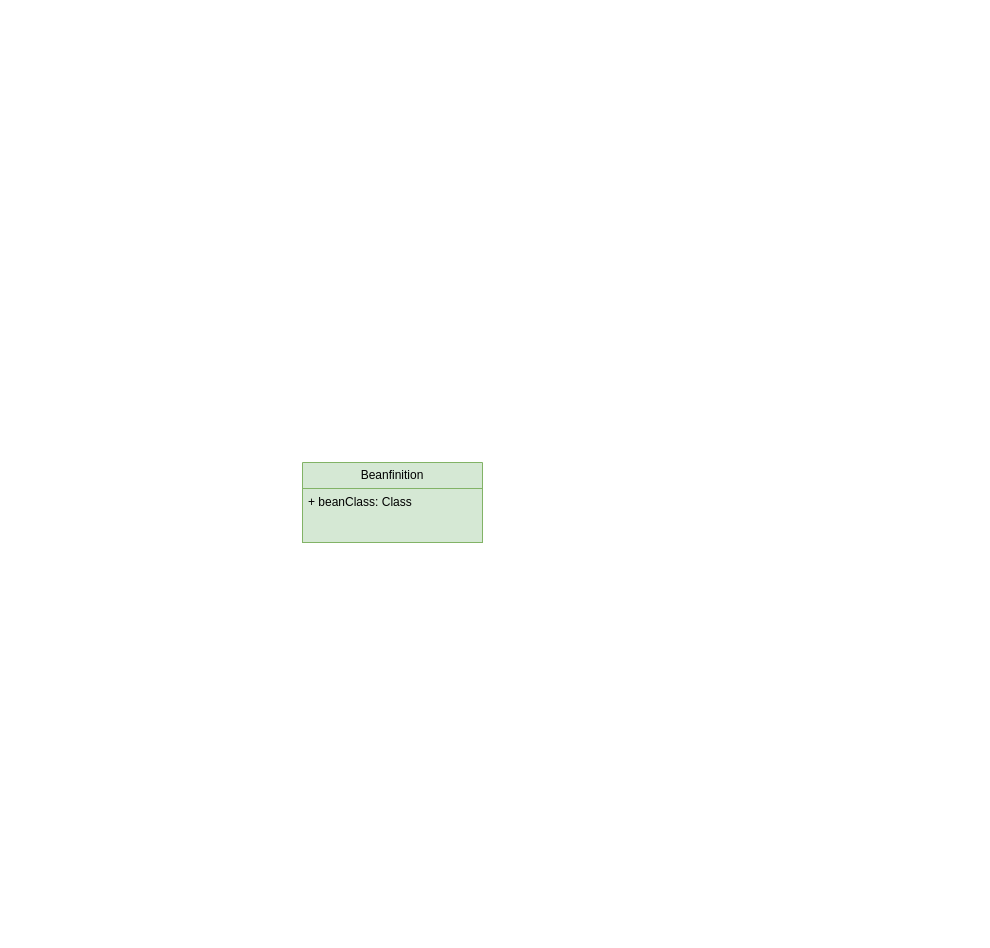
Above: page "第 2 页" (2 of 2) of Spring框架-1.drawio in cmorwh/file_uml (draw.io), before the change. Source tidied: cells renumbered, new cells numbered last; positions are measured from the earlier drawing's top-left corner, leaving out a move shared by most shapes. Both pictures are drawn from the tidied source at 100%, with x=0, y=0 at pixel (302, 462).
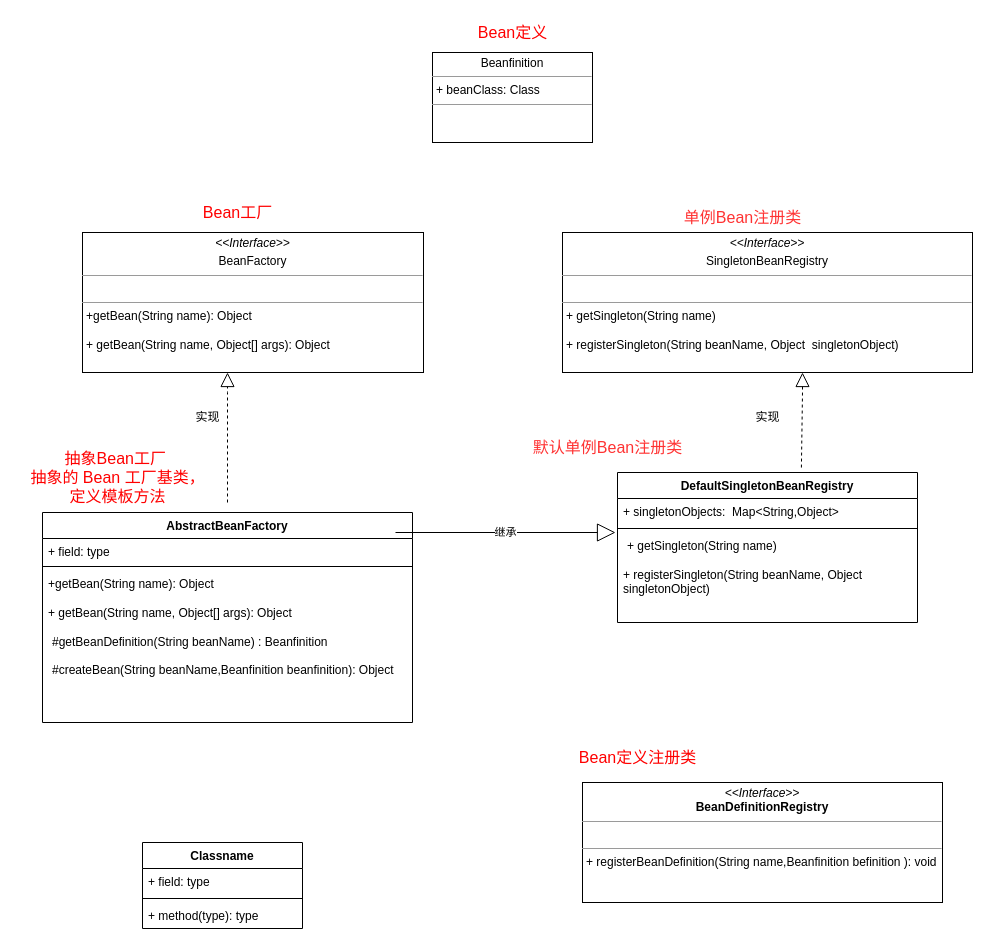
The same page after the edit.

Diff of the diagram source:
```diff
@@
-    <mxCell id="2" value="Beanfinition" style="swimlane;fontStyle=0;horizontal=1;startSize=26;fillColor=#d5e8d4;whiteSpace=wrap;html=1;strokeColor=#82b366;verticalAlign=middle;" parent="1" vertex="1">
-      <mxGeometry width="180" height="80" as="geometry" />
-    </mxCell>
-    <mxCell id="3" value="+ beanClass: Class" style="text;strokeColor=#82b366;fillColor=#d5e8d4;align=left;verticalAlign=top;spacingLeft=4;spacingRight=4;overflow=hidden;whiteSpace=wrap;html=1;" parent="2" vertex="1">
-      <mxGeometry y="26" width="180" height="54" as="geometry" />
-    </mxCell>
+    <mxCell id="4" value="&lt;p style=&quot;margin:0px;margin-top:4px;text-align:center;&quot;&gt;&lt;i&gt;&amp;lt;&amp;lt;Interface&amp;gt;&amp;gt;&lt;/i&gt;&lt;br&gt;&lt;/p&gt;&lt;p style=&quot;margin:0px;margin-top:4px;text-align:center;&quot;&gt;BeanFactory&lt;/p&gt;&lt;hr size=&quot;1&quot;&gt;&lt;br&gt;&lt;hr size=&quot;1&quot;&gt;&lt;p style=&quot;margin:0px;margin-left:4px;&quot;&gt;+getBean(String name): Object&lt;br&gt;&lt;/p&gt;&lt;p style=&quot;margin:0px;margin-left:4px;&quot;&gt;&lt;br&gt;&lt;/p&gt;&lt;p style=&quot;margin:0px;margin-left:4px;&quot;&gt;+ getBean(String name, Object[] args): Object&lt;br&gt;&lt;/p&gt;" style="verticalAlign=top;align=left;overflow=fill;fontSize=12;fontFamily=Helvetica;html=1;whiteSpace=wrap;" parent="1" vertex="1">
+      <mxGeometry x="-220" y="-230" width="341" height="140" as="geometry" />
+    </mxCell>
+    <mxCell id="5" value="AbstractBeanFactory" style="swimlane;fontStyle=1;align=center;verticalAlign=top;horizontal=1;startSize=26;whiteSpace=wrap;html=1;" parent="1" vertex="1">
+      <mxGeometry x="-260" y="50" width="370" height="210" as="geometry" />
+    </mxCell>
+    <mxCell id="6" value="+ field: type" style="text;strokeColor=none;fillColor=none;align=left;verticalAlign=top;spacingLeft=4;spacingRight=4;overflow=hidden;whiteSpace=wrap;html=1;" parent="5" vertex="1">
+      <mxGeometry y="26" width="370" height="24" as="geometry" />
+    </mxCell>
+    <mxCell id="7" style="line;strokeWidth=1;fillColor=none;align=left;verticalAlign=middle;spacingTop=-1;spacingLeft=3;spacingRight=3;labelPosition=right;strokeColor=inherit;" parent="5" vertex="1">
+      <mxGeometry y="50" width="370" height="8" as="geometry" />
+    </mxCell>
+    <mxCell id="8" value="&lt;div&gt;+getBean(String name): Object&lt;/div&gt;&lt;div&gt;&lt;br&gt;&lt;/div&gt;&lt;div&gt;+ getBean(String name, Object[] args): Object&lt;br&gt;&lt;br&gt;&lt;p style=&quot;margin:0px;margin-left:4px;&quot; align=&quot;left&quot;&gt;#getBeanDefinition(String beanName) : Beanfinition&lt;/p&gt;&lt;p style=&quot;margin:0px;margin-left:4px;&quot; align=&quot;left&quot;&gt;&lt;br&gt;&lt;/p&gt;&lt;p style=&quot;margin:0px;margin-left:4px;&quot; align=&quot;left&quot;&gt;#createBean(String beanName,Beanfinition beanfinition): Object&lt;br&gt;&lt;/p&gt;&lt;p style=&quot;margin:0px;margin-left:4px;&quot; align=&quot;left&quot;&gt;&lt;br&gt;&lt;/p&gt;&lt;br&gt;&lt;/div&gt;" style="text;strokeColor=none;fillColor=none;align=left;verticalAlign=top;spacingLeft=4;spacingRight=4;overflow=hidden;whiteSpace=wrap;html=1;" parent="5" vertex="1">
+      <mxGeometry y="58" width="370" height="152" as="geometry" />
+    </mxCell>
+    <mxCell id="9" value="实现" style="text;html=1;align=center;verticalAlign=middle;strokeColor=none;fillColor=none;" parent="1" vertex="1">
+      <mxGeometry x="-120" y="-60" width="50" height="30" as="geometry" />
+    </mxCell>
+    <mxCell id="10" style="endArrow=block;dashed=1;endFill=0;endSize=12;html=1;rounded=0;strokeColor=default;" parent="1" edge="1">
+      <mxGeometry relative="1" as="geometry">
+        <mxPoint x="-75" y="40" as="sourcePoint" />
+        <mxPoint x="-75" y="-90" as="targetPoint" />
+        <Array as="points">
+          <mxPoint x="-75" y="-70" />
+        </Array>
+      </mxGeometry>
+    </mxCell>
+    <mxCell id="11" value="&lt;p style=&quot;margin: 4px 0px 0px;&quot; align=&quot;center&quot;&gt;&lt;i&gt;&amp;lt;&amp;lt;Interface&amp;gt;&amp;gt;&lt;/i&gt;&lt;/p&gt;&lt;p style=&quot;margin: 4px 0px 0px;&quot; align=&quot;center&quot;&gt;&lt;span&gt;SingletonBeanRegistry&lt;/span&gt;&lt;br&gt;&lt;/p&gt;&lt;hr size=&quot;1&quot; align=&quot;left&quot;&gt;&lt;p style=&quot;margin:0px;margin-left:4px;&quot; align=&quot;left&quot;&gt;&lt;br&gt;&lt;/p&gt;&lt;hr size=&quot;1&quot; align=&quot;left&quot;&gt;&lt;p style=&quot;margin:0px;margin-left:4px;&quot; align=&quot;left&quot;&gt;+ getSingleton(String name)&lt;/p&gt;&lt;p style=&quot;margin:0px;margin-left:4px;&quot; align=&quot;left&quot;&gt;&lt;br&gt;&lt;/p&gt;&lt;p style=&quot;margin:0px;margin-left:4px;&quot; align=&quot;left&quot;&gt;+ registerSingleton(String beanName, Object&amp;nbsp; singletonObject)&lt;br&gt;&lt;/p&gt;" style="verticalAlign=top;align=left;overflow=fill;fontSize=12;fontFamily=Helvetica;html=1;whiteSpace=wrap;fontStyle=0;" parent="1" vertex="1">
+      <mxGeometry x="260" y="-230" width="410" height="140" as="geometry" />
+    </mxCell>
+    <mxCell id="12" value="&lt;font style=&quot;font-size: 16px;&quot; color=&quot;#ff0000&quot;&gt;Bean工厂&lt;/font&gt;" style="text;html=1;align=center;verticalAlign=middle;strokeColor=none;fillColor=none;" parent="1" vertex="1">
+      <mxGeometry x="-110" y="-265" width="90" height="30" as="geometry" />
+    </mxCell>
+    <mxCell id="13" value="&lt;font style=&quot;font-size: 16px;&quot; color=&quot;#ff3333&quot;&gt;单例Bean注册类&lt;/font&gt;" style="text;html=1;align=center;verticalAlign=middle;strokeColor=none;fillColor=none;fontSize=16;" parent="1" vertex="1">
+      <mxGeometry x="370" y="-260" width="140" height="30" as="geometry" />
+    </mxCell>
+    <mxCell id="14" value="&lt;p style=&quot;margin:0px;margin-top:4px;text-align:center;&quot;&gt;Beanfinition&lt;/p&gt;&lt;hr size=&quot;1&quot;&gt;&lt;p style=&quot;margin:0px;margin-left:4px;&quot;&gt;+ beanClass: Class &lt;/p&gt;&lt;hr size=&quot;1&quot;&gt;&lt;p style=&quot;margin:0px;margin-left:4px;&quot;&gt;&lt;br&gt;&lt;/p&gt;" style="verticalAlign=top;align=left;overflow=fill;fontSize=12;fontFamily=Helvetica;html=1;whiteSpace=wrap;" parent="1" vertex="1">
+      <mxGeometry x="130" y="-410" width="160" height="90" as="geometry" />
+    </mxCell>
+    <mxCell id="15" value="&lt;font style=&quot;font-size: 16px;&quot;&gt;Bean定义&lt;/font&gt;" style="text;html=1;align=center;verticalAlign=middle;strokeColor=none;fillColor=none;fontColor=#FF0000;" parent="1" vertex="1">
+      <mxGeometry x="165" y="-445" width="90" height="30" as="geometry" />
+    </mxCell>
+    <mxCell id="16" value="DefaultSingletonBeanRegistry" style="swimlane;fontStyle=1;align=center;verticalAlign=top;horizontal=1;startSize=26;whiteSpace=wrap;html=1;" parent="1" vertex="1">
+      <mxGeometry x="315" y="10" width="300" height="150" as="geometry" />
+    </mxCell>
+    <mxCell id="17" value="+ singletonObjects:&amp;nbsp; Map&amp;lt;String,Object&amp;gt;" style="text;strokeColor=none;fillColor=none;align=left;verticalAlign=top;spacingLeft=4;spacingRight=4;overflow=hidden;whiteSpace=wrap;html=1;" parent="16" vertex="1">
+      <mxGeometry y="26" width="300" height="26" as="geometry" />
+    </mxCell>
+    <mxCell id="18" style="line;strokeWidth=1;fillColor=none;align=left;verticalAlign=middle;spacingTop=-1;spacingLeft=3;spacingRight=3;labelPosition=right;strokeColor=inherit;" parent="16" vertex="1">
+      <mxGeometry y="52" width="300" height="8" as="geometry" />
+    </mxCell>
+    <mxCell id="19" value="&lt;p style=&quot;margin:0px;margin-left:4px;&quot; align=&quot;left&quot;&gt;+ getSingleton(String name)&lt;/p&gt;&lt;p style=&quot;margin:0px;margin-left:4px;&quot; align=&quot;left&quot;&gt;&lt;br&gt;&lt;/p&gt;+ registerSingleton(String beanName, Object&amp;nbsp; singletonObject)" style="text;strokeColor=none;fillColor=none;align=left;verticalAlign=top;spacingLeft=4;spacingRight=4;overflow=hidden;whiteSpace=wrap;html=1;" parent="16" vertex="1">
+      <mxGeometry y="60" width="300" height="90" as="geometry" />
+    </mxCell>
+    <mxCell id="20" value="&lt;font style=&quot;font-size: 16px;&quot; color=&quot;#ff3333&quot;&gt;默认单例Bean注册类&lt;/font&gt;" style="text;html=1;align=center;verticalAlign=middle;strokeColor=none;fillColor=none;" parent="1" vertex="1">
+      <mxGeometry x="220" y="-30" width="170" height="30" as="geometry" />
+    </mxCell>
+    <mxCell id="21" value="实现" style="text;html=1;align=center;verticalAlign=middle;strokeColor=none;fillColor=none;" parent="1" vertex="1">
+      <mxGeometry x="440" y="-60" width="50" height="30" as="geometry" />
+    </mxCell>
+    <mxCell id="22" style="endArrow=block;dashed=1;endFill=0;endSize=12;html=1;rounded=0;exitX=0.613;exitY=-0.033;exitDx=0;exitDy=0;exitPerimeter=0;" parent="1" edge="1" source="16">
+      <mxGeometry relative="1" as="geometry">
+        <mxPoint x="500" y="-90" as="targetPoint" />
+        <Array as="points">
+          <mxPoint x="500" y="-70" />
+        </Array>
+      </mxGeometry>
+    </mxCell>
+    <mxCell id="23" value="Classname" style="swimlane;fontStyle=1;align=center;verticalAlign=top;horizontal=1;startSize=26;whiteSpace=wrap;html=1;" parent="1" vertex="1">
+      <mxGeometry x="-160" y="380" width="160" height="86" as="geometry" />
+    </mxCell>
+    <mxCell id="24" value="+ field: type" style="text;strokeColor=none;fillColor=none;align=left;verticalAlign=top;spacingLeft=4;spacingRight=4;overflow=hidden;whiteSpace=wrap;html=1;" parent="23" vertex="1">
+      <mxGeometry y="26" width="160" height="26" as="geometry" />
+    </mxCell>
+    <mxCell id="25" style="line;strokeWidth=1;fillColor=none;align=left;verticalAlign=middle;spacingTop=-1;spacingLeft=3;spacingRight=3;labelPosition=right;strokeColor=inherit;" parent="23" vertex="1">
+      <mxGeometry y="52" width="160" height="8" as="geometry" />
+    </mxCell>
+    <mxCell id="26" value="+ method(type): type" style="text;strokeColor=none;fillColor=none;align=left;verticalAlign=top;spacingLeft=4;spacingRight=4;overflow=hidden;whiteSpace=wrap;html=1;" parent="23" vertex="1">
+      <mxGeometry y="60" width="160" height="26" as="geometry" />
+    </mxCell>
+    <mxCell id="27" value="继承" style="endArrow=block;endSize=16;endFill=0;html=1;rounded=1;labelBackgroundColor=default;strokeColor=default;fontFamily=Helvetica;fontSize=11;fontColor=default;shape=connector;" parent="1" edge="1">
+      <mxGeometry relative="1" as="geometry">
+        <mxPoint x="93" y="70" as="sourcePoint" />
+        <mxPoint x="313" y="70" as="targetPoint" />
+      </mxGeometry>
+    </mxCell>
+    <mxCell id="28" value="&lt;font style=&quot;font-size: 16px;&quot; color=&quot;#ff0000&quot;&gt;抽象Bean工厂&amp;nbsp; &lt;br&gt;抽象的 Bean 工厂基类，&lt;br&gt;定义模板方法 &lt;/font&gt;" style="text;html=1;align=center;verticalAlign=middle;strokeColor=none;fillColor=none;fontSize=11;fontFamily=Helvetica;fontColor=default;" parent="1" vertex="1">
+      <mxGeometry x="-285" y="-20" width="200" height="70" as="geometry" />
+    </mxCell>
+    <mxCell id="29" value="&lt;p style=&quot;margin:0px;margin-top:4px;text-align:center;&quot;&gt;&lt;i&gt;&amp;lt;&amp;lt;Interface&amp;gt;&amp;gt;&lt;/i&gt;&lt;br&gt;&lt;b&gt;BeanDefinitionRegistry&lt;/b&gt;&lt;br&gt;&lt;/p&gt;&lt;hr size=&quot;1&quot;&gt;&lt;p style=&quot;margin:0px;margin-left:4px;&quot;&gt;&lt;br&gt;&lt;/p&gt;&lt;hr size=&quot;1&quot;&gt;&lt;p style=&quot;margin:0px;margin-left:4px;&quot;&gt;+ registerBeanDefinition(String name,Beanfinition befinition ): void&lt;br&gt;&lt;/p&gt;" style="verticalAlign=top;align=left;overflow=fill;fontSize=12;fontFamily=Helvetica;html=1;whiteSpace=wrap;fontColor=default;" parent="1" vertex="1">
+      <mxGeometry x="280" y="320" width="360" height="120" as="geometry" />
+    </mxCell>
+    <mxCell id="30" value="&lt;font style=&quot;font-size: 16px;&quot; color=&quot;#ff0000&quot;&gt;Bean定义注册类&lt;/font&gt;" style="text;html=1;align=center;verticalAlign=middle;strokeColor=none;fillColor=none;fontSize=11;fontFamily=Helvetica;fontColor=default;" parent="1" vertex="1">
+      <mxGeometry x="265" y="280" width="140" height="30" as="geometry" />
+    </mxCell>
```
